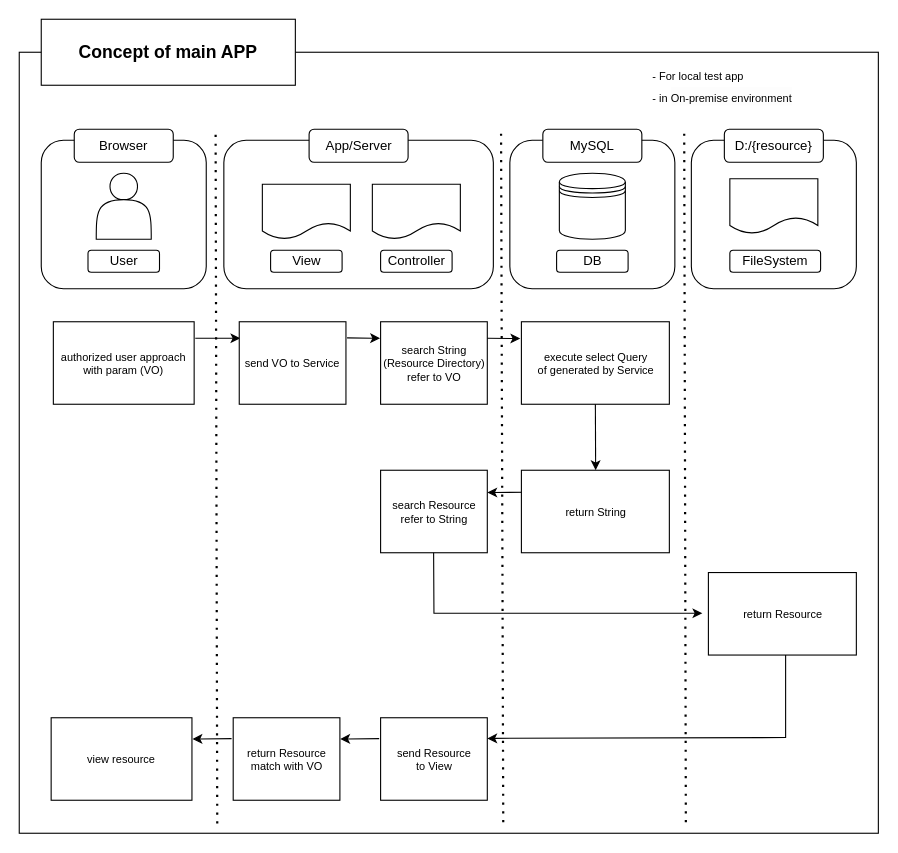
This is Projects/personal/photoCloud_Concept_mainApp_v0.1.drawio from EST-94/workflows_diagram, a draw.io file, before an edit. Source tidied: cells renumbered, new cells numbered last; positions are measured from the earlier drawing's top-left corner, leaving out a move shared by most shapes. Both pictures are drawn from the tidied source at 110%, with x=0, y=0 at pixel (19, 19).
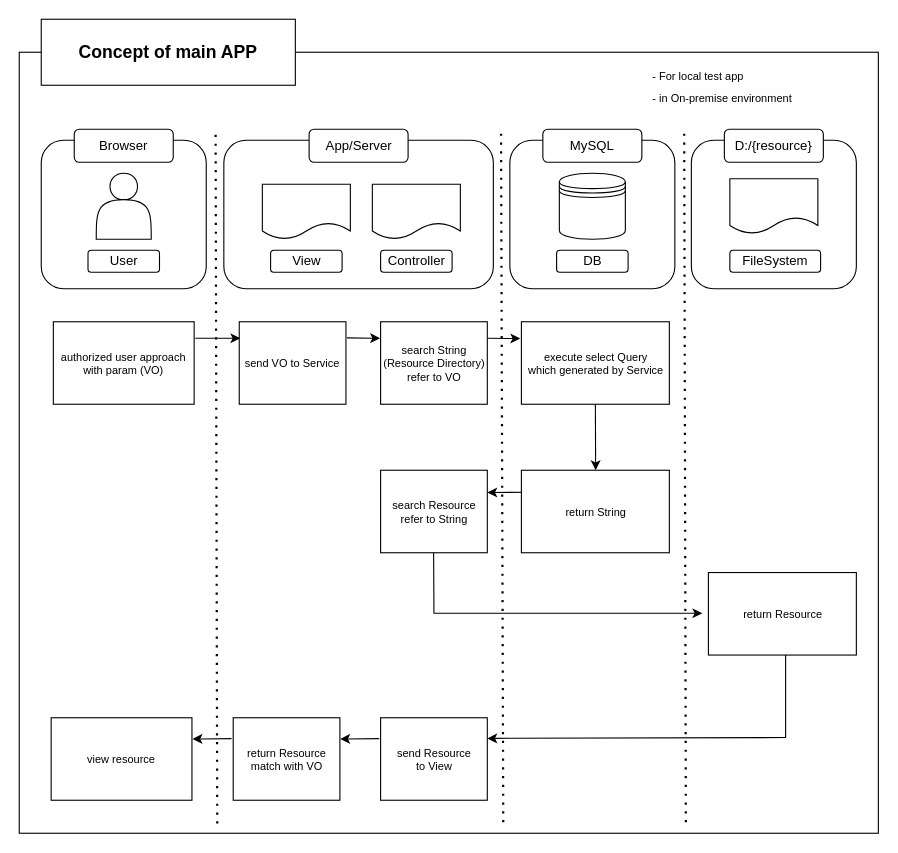
Above is the later version.

What changed in the source:
```diff
@@
-    <mxCell id="33" value="execute select Query&lt;br&gt;of generated by Service" style="rounded=0;whiteSpace=wrap;html=1;fontSize=10;" parent="1" vertex="1">
+    <mxCell id="33" value="execute select Query&lt;br&gt;which generated by Service" style="rounded=0;whiteSpace=wrap;html=1;fontSize=10;" parent="1" vertex="1">
       <mxGeometry x="456.5" y="275" width="134.5" height="75" as="geometry" />
     </mxCell>
```
